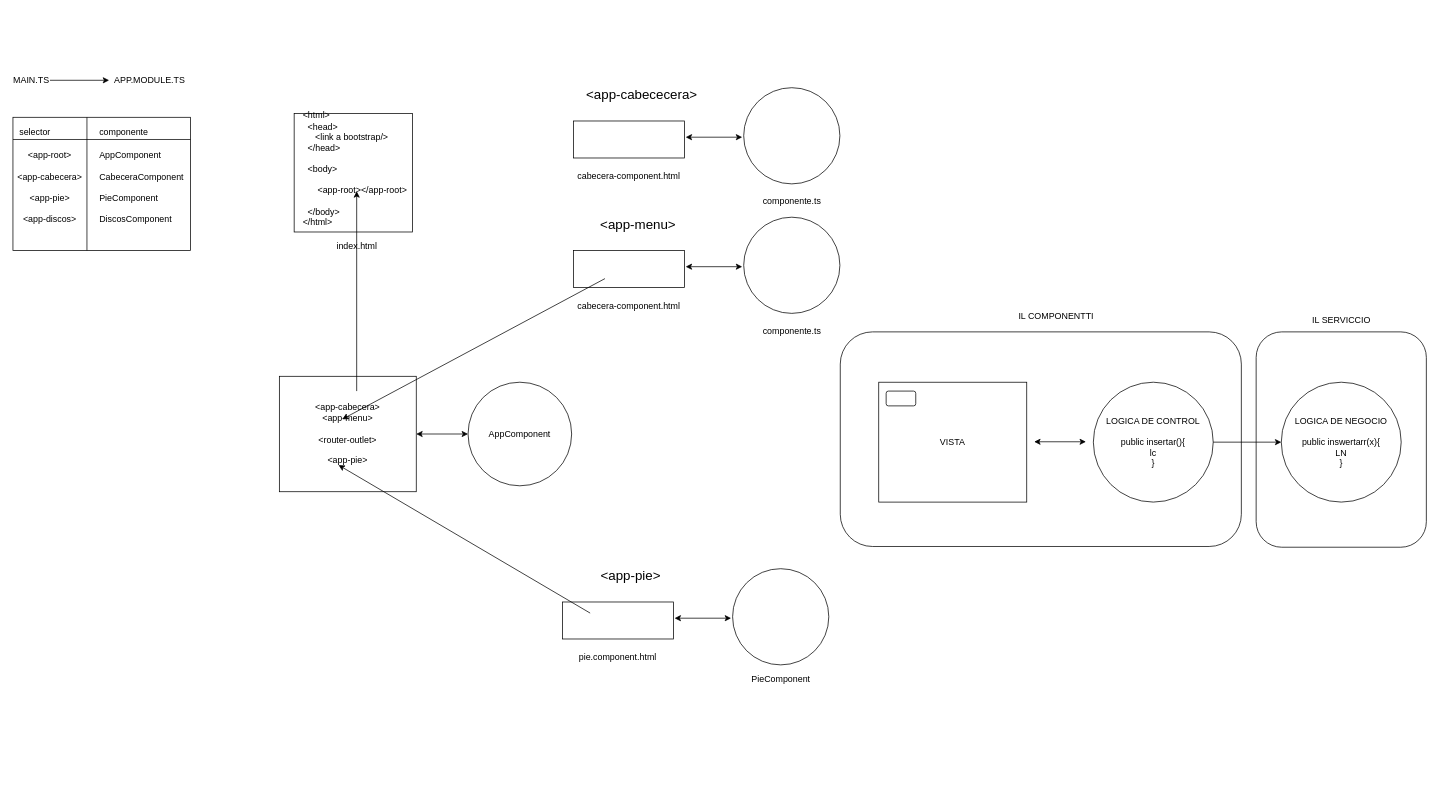
Before: page "Page-33" (33 of 34) of diagramas.drawio in almoril00/MEAN, a draw.io diagram. Source tidied: cells renumbered, new cells numbered last; positions are measured from the earlier drawing's top-left corner, leaving out a move shared by most shapes. Both pictures are drawn from the tidied source at 74%, with x=0, y=0 at pixel (13, 73).
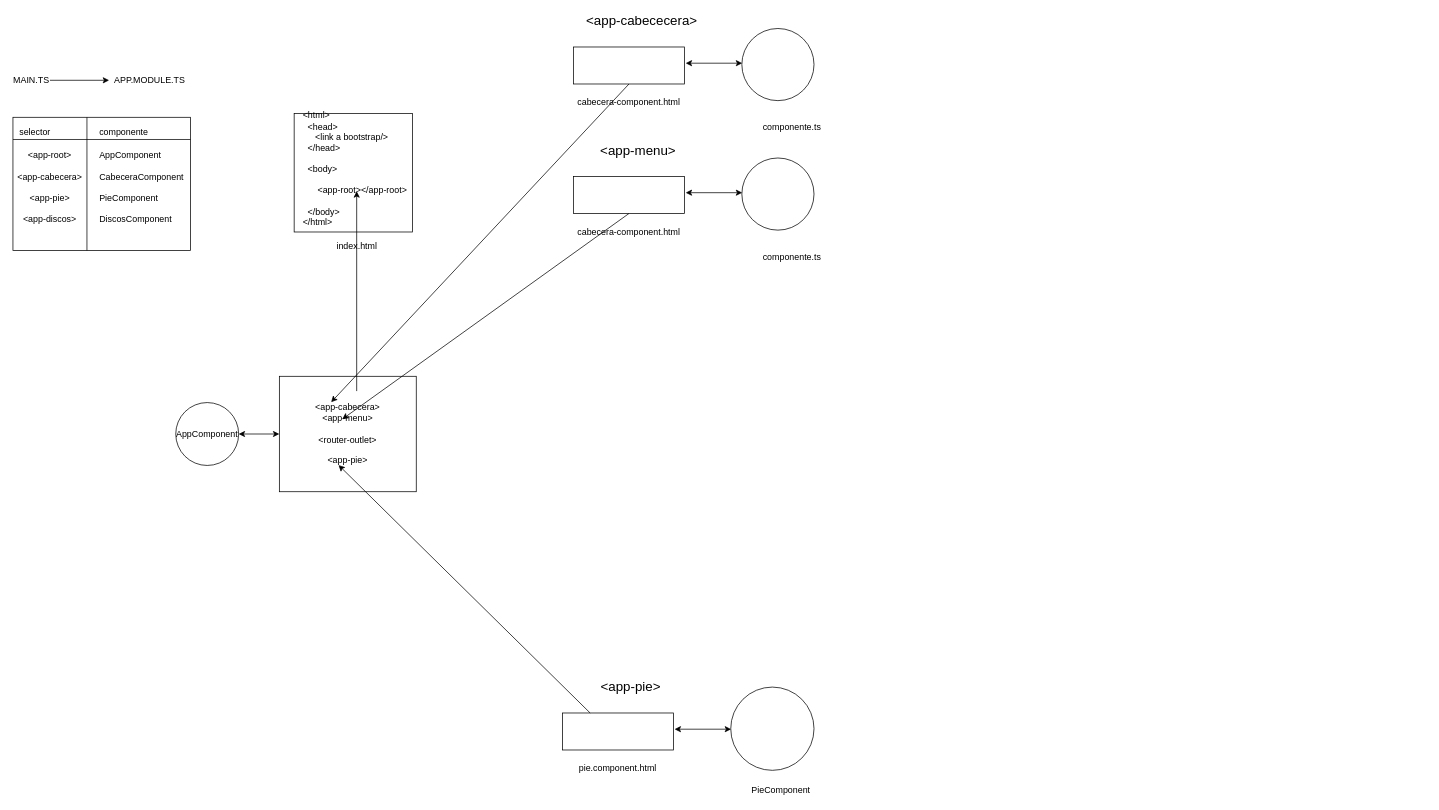
The same diagram, later.

Unchanged cells that the change refers to:
```xml
<mxCell id="13" value="&amp;lt;app-cabecera&amp;gt;&lt;br&gt;&amp;lt;app-menu&amp;gt;&lt;br&gt;&lt;br&gt;&amp;lt;router-outlet&amp;gt;&lt;br&gt;&lt;br&gt;&amp;lt;app-pie&amp;gt;" style="rounded=0;whiteSpace=wrap;html=1;fillColor=none;" parent="1" vertex="1">
  <mxGeometry x="360" y="410" width="185" height="156" as="geometry" />
</mxCell>
```

The edit, as a diff of the source:
```diff
@@
     <mxCell id="14" value="AppComponent" style="ellipse;whiteSpace=wrap;html=1;fillColor=none;" parent="1" vertex="1">
-      <mxGeometry x="615" y="418" width="140" height="140" as="geometry" />
+      <mxGeometry x="220" y="445.5" width="85" height="85" as="geometry" />
     </mxCell>
-    <mxCell id="15" style="endArrow=classic;startArrow=classic;html=1;exitX=1;exitY=0.5;exitDx=0;exitDy=0;entryX=0;entryY=0.5;entryDx=0;entryDy=0;" parent="1" edge="1" source="13" target="14">
-      <mxGeometry relative="1" as="geometry" />
-    </mxCell>
@@
     <mxCell id="17" style="rounded=0;whiteSpace=wrap;html=1;fillColor=none;" parent="1" vertex="1">
-      <mxGeometry x="757.5" y="240" width="150" height="50" as="geometry" />
+      <mxGeometry x="757.5" y="140" width="150" height="50" as="geometry" />
     </mxCell>
     <mxCell id="18" style="ellipse;whiteSpace=wrap;html=1;fillColor=none;" parent="1" vertex="1">
-      <mxGeometry x="987.5" y="195" width="130" height="130" as="geometry" />
+      <mxGeometry x="985" y="115" width="97.5" height="97.5" as="geometry" />
     </mxCell>
     <mxCell id="19" value="cabecera-component.html" style="text;html=1;strokeColor=none;fillColor=none;align=center;verticalAlign=middle;whiteSpace=wrap;rounded=0;" parent="1" vertex="1">
-      <mxGeometry x="735" y="305" width="195" height="20" as="geometry" />
+      <mxGeometry x="735" y="205" width="195" height="20" as="geometry" />
     </mxCell>
     <mxCell id="20" value="componente.ts" style="text;html=1;strokeColor=none;fillColor=none;align=center;verticalAlign=middle;whiteSpace=wrap;rounded=0;" parent="1" vertex="1">
-      <mxGeometry x="1032.5" y="339" width="40" height="20" as="geometry" />
+      <mxGeometry x="1032.5" y="239" width="40" height="20" as="geometry" />
     </mxCell>
     <mxCell id="21" style="endArrow=classic;startArrow=classic;html=1;exitX=1.024;exitY=0.421;exitDx=0;exitDy=0;exitPerimeter=0;entryX=0;entryY=0.453;entryDx=0;entryDy=0;entryPerimeter=0;" parent="1" edge="1">
       <mxGeometry relative="1" as="geometry">
-        <mxPoint x="909.1" y="261.9" as="sourcePoint" />
-        <mxPoint x="985.5" y="261.9" as="targetPoint" />
+        <mxPoint x="909.1" y="161.9" as="sourcePoint" />
+        <mxPoint x="985.5" y="161.9" as="targetPoint" />
       </mxGeometry>
     </mxCell>
     <mxCell id="22" value="&lt;font style=&quot;font-size: 18px&quot;&gt;&amp;lt;app-menu&amp;gt;&lt;/font&gt;" style="text;html=1;strokeColor=none;fillColor=none;align=center;verticalAlign=middle;whiteSpace=wrap;rounded=0;" parent="1" vertex="1">
-      <mxGeometry x="735" y="195" width="220" height="20" as="geometry" />
+      <mxGeometry x="735" y="95" width="220" height="20" as="geometry" />
     </mxCell>
-    <mxCell id="23" style="endArrow=classic;html=1;" parent="1" edge="1">
+    <mxCell id="23" style="endArrow=classic;html=1;exitX=0.5;exitY=1;exitDx=0;exitDy=0;" parent="1" edge="1" source="17">
       <mxGeometry relative="1" as="geometry">
-        <mxPoint x="800" y="278" as="sourcePoint" />
         <mxPoint x="445" y="468" as="targetPoint" />
       </mxGeometry>
     </mxCell>
-    <mxCell id="24" style="endArrow=classic;html=1;" parent="1" edge="1">
+    <mxCell id="24" style="endArrow=classic;html=1;exitX=0.25;exitY=0;exitDx=0;exitDy=0;" parent="1" edge="1" source="25">
       <mxGeometry relative="1" as="geometry">
-        <mxPoint x="780" y="730" as="sourcePoint" />
         <mxPoint x="440" y="530" as="targetPoint" />
       </mxGeometry>
     </mxCell>
     <mxCell id="25" style="rounded=0;whiteSpace=wrap;html=1;fillColor=none;" parent="1" vertex="1">
-      <mxGeometry x="742.5" y="715" width="150" height="50" as="geometry" />
+      <mxGeometry x="742.5" y="865" width="150" height="50" as="geometry" />
     </mxCell>
     <mxCell id="26" style="ellipse;whiteSpace=wrap;html=1;fillColor=none;" parent="1" vertex="1">
-      <mxGeometry x="972.5" y="670" width="130" height="130" as="geometry" />
+      <mxGeometry x="970" y="830" width="112.5" height="112.5" as="geometry" />
     </mxCell>
     <mxCell id="27" value="pie.component.html" style="text;html=1;strokeColor=none;fillColor=none;align=center;verticalAlign=middle;whiteSpace=wrap;rounded=0;" parent="1" vertex="1">
-      <mxGeometry x="720" y="780" width="195" height="20" as="geometry" />
+      <mxGeometry x="720" y="930" width="195" height="20" as="geometry" />
     </mxCell>
     <mxCell id="28" style="endArrow=classic;startArrow=classic;html=1;exitX=1.024;exitY=0.421;exitDx=0;exitDy=0;exitPerimeter=0;entryX=0;entryY=0.453;entryDx=0;entryDy=0;entryPerimeter=0;" parent="1" edge="1">
       <mxGeometry relative="1" as="geometry">
-        <mxPoint x="894.1" y="736.9" as="sourcePoint" />
-        <mxPoint x="970.5" y="736.9" as="targetPoint" />
+        <mxPoint x="894.1" y="886.9" as="sourcePoint" />
+        <mxPoint x="970.5" y="886.9" as="targetPoint" />
       </mxGeometry>
     </mxCell>
     <mxCell id="29" value="&lt;font style=&quot;font-size: 18px&quot;&gt;&amp;lt;app-pie&amp;gt;&lt;/font&gt;" style="text;html=1;strokeColor=none;fillColor=none;align=center;verticalAlign=middle;whiteSpace=wrap;rounded=0;" parent="1" vertex="1">
-      <mxGeometry x="725" y="670" width="220" height="20" as="geometry" />
+      <mxGeometry x="725" y="820" width="220" height="20" as="geometry" />
     </mxCell>
     <mxCell id="30" value="PieComponent" style="text;html=1;strokeColor=none;fillColor=none;align=center;verticalAlign=middle;whiteSpace=wrap;rounded=0;" parent="1" vertex="1">
-      <mxGeometry x="1018" y="810" width="40" height="20" as="geometry" />
+      <mxGeometry x="1018" y="960" width="40" height="20" as="geometry" />
     </mxCell>
     <mxCell id="31" style="rounded=0;whiteSpace=wrap;html=1;fillColor=none;" parent="1" vertex="1">
-      <mxGeometry x="757.5" y="65" width="150" height="50" as="geometry" />
+      <mxGeometry x="757.5" y="-35" width="150" height="50" as="geometry" />
     </mxCell>
     <mxCell id="32" style="ellipse;whiteSpace=wrap;html=1;fillColor=none;" parent="1" vertex="1">
-      <mxGeometry x="987.5" y="20" width="130" height="130" as="geometry" />
+      <mxGeometry x="985" y="-60" width="97.5" height="97.5" as="geometry" />
     </mxCell>
     <mxCell id="33" value="cabecera-component.html" style="text;html=1;strokeColor=none;fillColor=none;align=center;verticalAlign=middle;whiteSpace=wrap;rounded=0;" parent="1" vertex="1">
-      <mxGeometry x="735" y="130" width="195" height="20" as="geometry" />
+      <mxGeometry x="735" y="30" width="195" height="20" as="geometry" />
     </mxCell>
     <mxCell id="34" value="componente.ts" style="text;html=1;strokeColor=none;fillColor=none;align=center;verticalAlign=middle;whiteSpace=wrap;rounded=0;" parent="1" vertex="1">
-      <mxGeometry x="1032.5" y="164" width="40" height="20" as="geometry" />
+      <mxGeometry x="1032.5" y="64" width="40" height="20" as="geometry" />
     </mxCell>
     <mxCell id="35" style="endArrow=classic;startArrow=classic;html=1;exitX=1.024;exitY=0.421;exitDx=0;exitDy=0;exitPerimeter=0;entryX=0;entryY=0.453;entryDx=0;entryDy=0;entryPerimeter=0;" parent="1" edge="1">
       <mxGeometry relative="1" as="geometry">
-        <mxPoint x="909.1" y="86.9" as="sourcePoint" />
-        <mxPoint x="985.5" y="86.9" as="targetPoint" />
+        <mxPoint x="909.1" y="-13.1" as="sourcePoint" />
+        <mxPoint x="985.5" y="-13.1" as="targetPoint" />
       </mxGeometry>
     </mxCell>
     <mxCell id="36" value="&lt;font style=&quot;font-size: 18px&quot;&gt;&amp;lt;app-cabececera&amp;gt;&lt;/font&gt;" style="text;html=1;strokeColor=none;fillColor=none;align=center;verticalAlign=middle;whiteSpace=wrap;rounded=0;" parent="1" vertex="1">
-      <mxGeometry x="740" y="20" width="220" height="20" as="geometry" />
+      <mxGeometry x="740" y="-80" width="220" height="20" as="geometry" />
     </mxCell>
-    <mxCell id="37" value="VISTA" style="rounded=0;whiteSpace=wrap;html=1;fillColor=none;" parent="1" vertex="1">
-      <mxGeometry x="1170" y="418" width="200" height="162" as="geometry" />
-    </mxCell>
-    <mxCell id="38" style="edgeStyle=orthogonalEdgeStyle;rounded=0;jettySize=auto;html=1;exitX=1;exitY=0.5;exitDx=0;exitDy=0;" parent="1" edge="1" source="39" target="41">
-      <mxGeometry relative="1" as="geometry" />
-    </mxCell>
-    <mxCell id="39" value="LOGICA DE CONTROL&lt;br&gt;&lt;br&gt;public insertar(){&lt;br&gt;lc&lt;br&gt;}" style="ellipse;whiteSpace=wrap;html=1;fillColor=none;" parent="1" vertex="1">
-      <mxGeometry x="1460" y="418" width="162" height="162" as="geometry" />
-    </mxCell>
-    <mxCell id="40" style="endArrow=classic;startArrow=classic;html=1;" parent="1" edge="1">
-      <mxGeometry relative="1" as="geometry">
-        <mxPoint x="1380" y="498.5" as="sourcePoint" />
-        <mxPoint x="1450" y="498.5" as="targetPoint" />
-      </mxGeometry>
-    </mxCell>
-    <mxCell id="41" value="LOGICA DE NEGOCIO&lt;br&gt;&lt;br&gt;public inswertarr(x){&lt;br&gt;LN&lt;br&gt;}" style="ellipse;whiteSpace=wrap;html=1;fillColor=none;" parent="1" vertex="1">
-      <mxGeometry x="1714" y="418" width="162" height="162" as="geometry" />
-    </mxCell>
-    <mxCell id="42" style="rounded=1;whiteSpace=wrap;html=1;fillColor=none;" parent="1" vertex="1">
-      <mxGeometry x="1180" y="430" width="40" height="20" as="geometry" />
-    </mxCell>
-    <mxCell id="43" style="rounded=1;whiteSpace=wrap;html=1;fillColor=none;" parent="1" vertex="1">
-      <mxGeometry x="1118" y="350" width="542" height="290" as="geometry" />
-    </mxCell>
-    <mxCell id="44" value="IL COMPONENTTI" style="text;html=1;strokeColor=none;fillColor=none;align=center;verticalAlign=middle;whiteSpace=wrap;rounded=0;" parent="1" vertex="1">
-      <mxGeometry x="1330" y="319" width="160" height="20" as="geometry" />
-    </mxCell>
-    <mxCell id="45" style="rounded=1;whiteSpace=wrap;html=1;fillColor=none;" parent="1" vertex="1">
-      <mxGeometry x="1680" y="350" width="230" height="291" as="geometry" />
-    </mxCell>
-    <mxCell id="46" value="IL SERVICCIO" style="text;html=1;strokeColor=none;fillColor=none;align=center;verticalAlign=middle;whiteSpace=wrap;rounded=0;" parent="1" vertex="1">
-      <mxGeometry x="1732.5" y="325" width="125" height="20" as="geometry" />
-    </mxCell>
+    <mxCell id="47" style="endArrow=classic;html=1;exitX=0.5;exitY=1;exitDx=0;exitDy=0;" parent="1" edge="1" source="31">
+      <mxGeometry relative="1" as="geometry">
+        <mxPoint x="430" y="445" as="targetPoint" />
+      </mxGeometry>
+    </mxCell>
+    <mxCell id="48" style="endArrow=classic;startArrow=classic;html=1;exitX=1;exitY=0.5;exitDx=0;exitDy=0;entryX=0;entryY=0.5;entryDx=0;entryDy=0;" parent="1" edge="1" source="14" target="13">
+      <mxGeometry relative="1" as="geometry" />
+    </mxCell>
```
